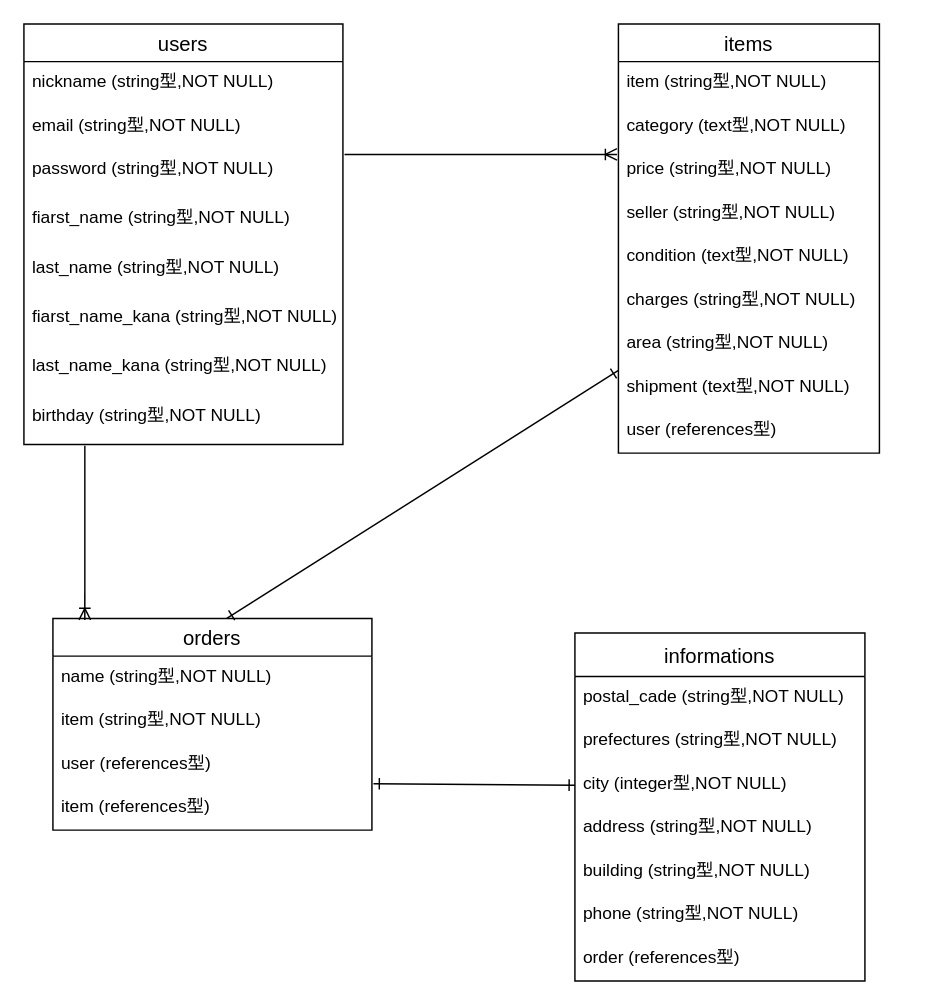
Earlier version of the draw.io diagram furima.dio (paseri10mayo/furima-35681). Source tidied: cells renumbered, new cells numbered last; positions are measured from the earlier drawing's top-left corner, leaving out a move shared by most shapes. Both pictures are drawn from the tidied source at 145%, with x=0, y=0 at pixel (23, 23).
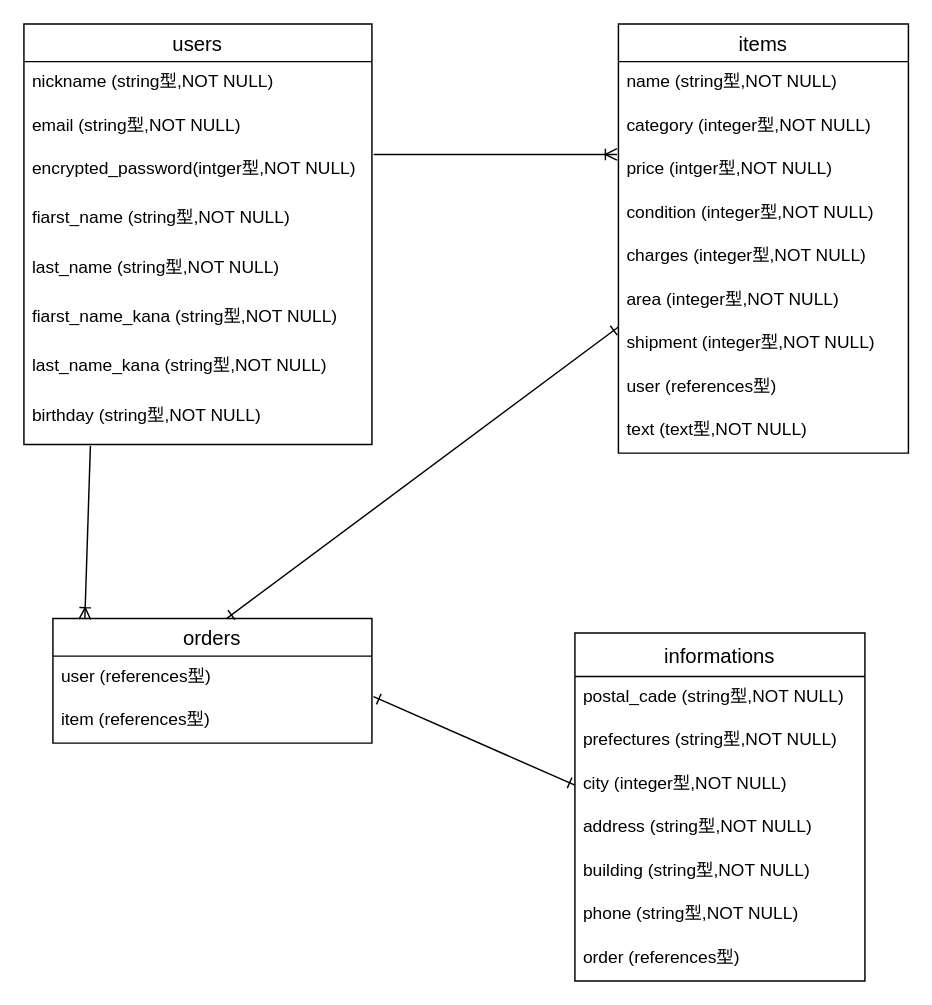
After the change.

Commit message (it also covers changes not shown here):
itemsテーブルにカラムを追加

Change to the diagram source:
```diff
@@
     <mxCell id="2" value="users" style="swimlane;fontStyle=0;horizontal=1;startSize=26;align=center;fontSize=14;" parent="1" vertex="1">
-      <mxGeometry width="220" height="290" as="geometry" />
+      <mxGeometry width="240" height="290" as="geometry" />
     </mxCell>
     <mxCell id="3" value="nickname (string型,NOT NULL)" style="text;strokeColor=none;fillColor=none;spacingLeft=4;spacingRight=4;overflow=hidden;fontSize=12;" parent="2" vertex="1">
-      <mxGeometry y="26" width="220" height="30" as="geometry" />
+      <mxGeometry y="26" width="240" height="30" as="geometry" />
     </mxCell>
     <mxCell id="4" value="email (string型,NOT NULL)" style="text;strokeColor=none;fillColor=none;spacingLeft=4;spacingRight=4;overflow=hidden;fontSize=12;" parent="2" vertex="1">
-      <mxGeometry y="56" width="220" height="30" as="geometry" />
+      <mxGeometry y="56" width="240" height="30" as="geometry" />
     </mxCell>
-    <mxCell id="5" value="password (string型,NOT NULL)" style="text;strokeColor=none;fillColor=none;spacingLeft=4;spacingRight=4;overflow=hidden;points=[[0,0.5],[1,0.5]];portConstraint=eastwest;fontSize=12;" parent="2" vertex="1">
-      <mxGeometry y="86" width="220" height="34" as="geometry" />
+    <mxCell id="5" value="encrypted_password(intger型,NOT NULL)" style="text;strokeColor=none;fillColor=none;spacingLeft=4;spacingRight=4;overflow=hidden;points=[[0,0.5],[1,0.5]];portConstraint=eastwest;fontSize=12;" parent="2" vertex="1">
+      <mxGeometry y="86" width="240" height="34" as="geometry" />
     </mxCell>
     <mxCell id="6" value="fiarst_name (string型,NOT NULL)" style="text;strokeColor=none;fillColor=none;spacingLeft=4;spacingRight=4;overflow=hidden;fontSize=12;" parent="2" vertex="1">
-      <mxGeometry y="120" width="220" height="34" as="geometry" />
+      <mxGeometry y="120" width="240" height="34" as="geometry" />
     </mxCell>
     <mxCell id="7" value="last_name (string型,NOT NULL)" style="text;strokeColor=none;fillColor=none;spacingLeft=4;spacingRight=4;overflow=hidden;fontSize=12;" parent="2" vertex="1">
-      <mxGeometry y="154" width="220" height="34" as="geometry" />
+      <mxGeometry y="154" width="240" height="34" as="geometry" />
     </mxCell>
     <mxCell id="8" value="fiarst_name_kana (string型,NOT NULL)" style="text;strokeColor=none;fillColor=none;spacingLeft=4;spacingRight=4;overflow=hidden;fontSize=12;" parent="2" vertex="1">
-      <mxGeometry y="188" width="220" height="34" as="geometry" />
+      <mxGeometry y="188" width="240" height="34" as="geometry" />
     </mxCell>
     <mxCell id="9" value="last_name_kana (string型,NOT NULL)" style="text;strokeColor=none;fillColor=none;spacingLeft=4;spacingRight=4;overflow=hidden;fontSize=12;" parent="2" vertex="1">
-      <mxGeometry y="222" width="220" height="34" as="geometry" />
+      <mxGeometry y="222" width="240" height="34" as="geometry" />
     </mxCell>
     <mxCell id="10" value="birthday (string型,NOT NULL)" style="text;strokeColor=none;fillColor=none;spacingLeft=4;spacingRight=4;overflow=hidden;points=[[0,0.5],[1,0.5]];portConstraint=eastwest;fontSize=12;" parent="2" vertex="1">
-      <mxGeometry y="256" width="220" height="34" as="geometry" />
+      <mxGeometry y="256" width="240" height="34" as="geometry" />
     </mxCell>
     <mxCell id="11" value="items" style="swimlane;fontStyle=0;horizontal=1;startSize=26;align=center;fontSize=14;" parent="1" vertex="1">
-      <mxGeometry x="410" width="180" height="296" as="geometry" />
+      <mxGeometry x="410" width="200" height="296" as="geometry" />
     </mxCell>
-    <mxCell id="12" value="item (string型,NOT NULL)" style="text;strokeColor=none;fillColor=none;spacingLeft=4;spacingRight=4;overflow=hidden;fontSize=12;" parent="11" vertex="1">
-      <mxGeometry y="26" width="180" height="30" as="geometry" />
+    <mxCell id="12" value="name (string型,NOT NULL)" style="text;strokeColor=none;fillColor=none;spacingLeft=4;spacingRight=4;overflow=hidden;fontSize=12;" parent="11" vertex="1">
+      <mxGeometry y="26" width="200" height="30" as="geometry" />
     </mxCell>
-    <mxCell id="13" value="category (text型,NOT NULL)" style="text;strokeColor=none;fillColor=none;spacingLeft=4;spacingRight=4;overflow=hidden;fontSize=12;" parent="11" vertex="1">
-      <mxGeometry y="56" width="180" height="30" as="geometry" />
+    <mxCell id="13" value="category (integer型,NOT NULL)" style="text;strokeColor=none;fillColor=none;spacingLeft=4;spacingRight=4;overflow=hidden;fontSize=12;" parent="11" vertex="1">
+      <mxGeometry y="56" width="200" height="30" as="geometry" />
     </mxCell>
-    <mxCell id="14" value="price (string型,NOT NULL)" style="text;strokeColor=none;fillColor=none;spacingLeft=4;spacingRight=4;overflow=hidden;fontSize=12;" parent="11" vertex="1">
-      <mxGeometry y="86" width="180" height="30" as="geometry" />
+    <mxCell id="14" value="price (intger型,NOT NULL)" style="text;strokeColor=none;fillColor=none;spacingLeft=4;spacingRight=4;overflow=hidden;fontSize=12;" parent="11" vertex="1">
+      <mxGeometry y="86" width="200" height="30" as="geometry" />
     </mxCell>
-    <mxCell id="15" value="seller (string型,NOT NULL)" style="text;strokeColor=none;fillColor=none;spacingLeft=4;spacingRight=4;overflow=hidden;fontSize=12;" parent="11" vertex="1">
-      <mxGeometry y="116" width="180" height="30" as="geometry" />
-    </mxCell>
-    <mxCell id="16" value="condition (text型,NOT NULL)" style="text;strokeColor=none;fillColor=none;spacingLeft=4;spacingRight=4;overflow=hidden;fontSize=12;" parent="11" vertex="1">
-      <mxGeometry y="146" width="180" height="30" as="geometry" />
+    <mxCell id="16" value="condition (integer型,NOT NULL)" style="text;strokeColor=none;fillColor=none;spacingLeft=4;spacingRight=4;overflow=hidden;fontSize=12;" parent="11" vertex="1">
+      <mxGeometry y="116" width="200" height="30" as="geometry" />
     </mxCell>
-    <mxCell id="17" value="charges (string型,NOT NULL)" style="text;strokeColor=none;fillColor=none;spacingLeft=4;spacingRight=4;overflow=hidden;fontSize=12;" parent="11" vertex="1">
-      <mxGeometry y="176" width="180" height="30" as="geometry" />
+    <mxCell id="17" value="charges (integer型,NOT NULL)" style="text;strokeColor=none;fillColor=none;spacingLeft=4;spacingRight=4;overflow=hidden;fontSize=12;" parent="11" vertex="1">
+      <mxGeometry y="146" width="200" height="30" as="geometry" />
     </mxCell>
-    <mxCell id="18" value="area (string型,NOT NULL)" style="text;strokeColor=none;fillColor=none;spacingLeft=4;spacingRight=4;overflow=hidden;fontSize=12;" parent="11" vertex="1">
-      <mxGeometry y="206" width="180" height="30" as="geometry" />
+    <mxCell id="18" value="area (integer型,NOT NULL)" style="text;strokeColor=none;fillColor=none;spacingLeft=4;spacingRight=4;overflow=hidden;fontSize=12;" parent="11" vertex="1">
+      <mxGeometry y="176" width="200" height="30" as="geometry" />
     </mxCell>
-    <mxCell id="19" value="shipment (text型,NOT NULL)" style="text;strokeColor=none;fillColor=none;spacingLeft=4;spacingRight=4;overflow=hidden;points=[[0,0.5],[1,0.5]];portConstraint=eastwest;fontSize=12;" parent="11" vertex="1">
-      <mxGeometry y="236" width="180" height="30" as="geometry" />
+    <mxCell id="19" value="shipment (integer型,NOT NULL)" style="text;strokeColor=none;fillColor=none;spacingLeft=4;spacingRight=4;overflow=hidden;points=[[0,0.5],[1,0.5]];portConstraint=eastwest;fontSize=12;" parent="11" vertex="1">
+      <mxGeometry y="206" width="200" height="30" as="geometry" />
     </mxCell>
     <mxCell id="20" value="user (references型)" style="text;strokeColor=none;fillColor=none;spacingLeft=4;spacingRight=4;overflow=hidden;fontSize=12;" parent="11" vertex="1">
-      <mxGeometry y="266" width="180" height="30" as="geometry" />
+      <mxGeometry y="236" width="200" height="30" as="geometry" />
     </mxCell>
+    <mxCell id="38" value="text (text型,NOT NULL)" style="text;strokeColor=none;fillColor=none;spacingLeft=4;spacingRight=4;overflow=hidden;fontSize=12;" parent="11" vertex="1">
+      <mxGeometry y="266" width="200" height="30" as="geometry" />
+    </mxCell>
     <mxCell id="21" value="orders" style="swimlane;fontStyle=0;horizontal=1;startSize=26;align=center;fontSize=14;" parent="1" vertex="1">
-      <mxGeometry x="20" y="410" width="220" height="146" as="geometry" />
+      <mxGeometry x="20" y="410" width="220" height="86" as="geometry" />
     </mxCell>
-    <mxCell id="22" value="name (string型,NOT NULL)" style="text;strokeColor=none;fillColor=none;spacingLeft=4;spacingRight=4;overflow=hidden;fontSize=12;" parent="21" vertex="1">
-      <mxGeometry y="26" width="220" height="30" as="geometry" />
-    </mxCell>
-    <mxCell id="23" value="item (string型,NOT NULL)" style="text;strokeColor=none;fillColor=none;spacingLeft=4;spacingRight=4;overflow=hidden;fontSize=12;" parent="21" vertex="1">
-      <mxGeometry y="56" width="220" height="30" as="geometry" />
-    </mxCell>
     <mxCell id="24" value="user (references型)" style="text;strokeColor=none;fillColor=none;spacingLeft=4;spacingRight=4;overflow=hidden;points=[[0,0.5],[1,0.5]];portConstraint=eastwest;fontSize=12;" parent="21" vertex="1">
-      <mxGeometry y="86" width="220" height="30" as="geometry" />
+      <mxGeometry y="26" width="220" height="30" as="geometry" />
     </mxCell>
     <mxCell id="25" value="item (references型)" style="text;strokeColor=none;fillColor=none;spacingLeft=4;spacingRight=4;overflow=hidden;fontSize=12;" parent="21" vertex="1">
-      <mxGeometry y="116" width="220" height="30" as="geometry" />
+      <mxGeometry y="56" width="220" height="30" as="geometry" />
     </mxCell>
```
